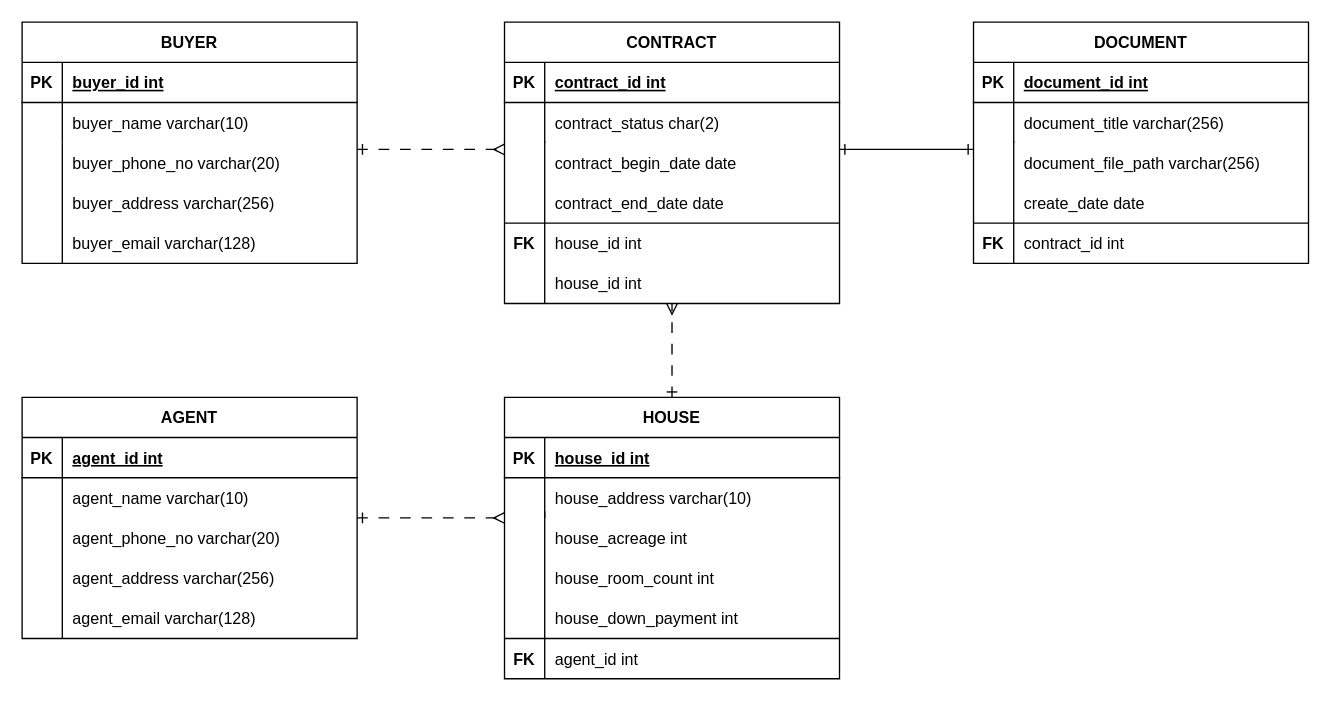
The draw.io diagram 제목 없는 다이어그램.drawio in lkis71/core, before the edit. Source tidied: cells renumbered, new cells numbered last; positions are measured from the earlier drawing's top-left corner, leaving out a move shared by most shapes. Both pictures are drawn from the tidied source at 134%, with x=0, y=0 at pixel (21, 21).
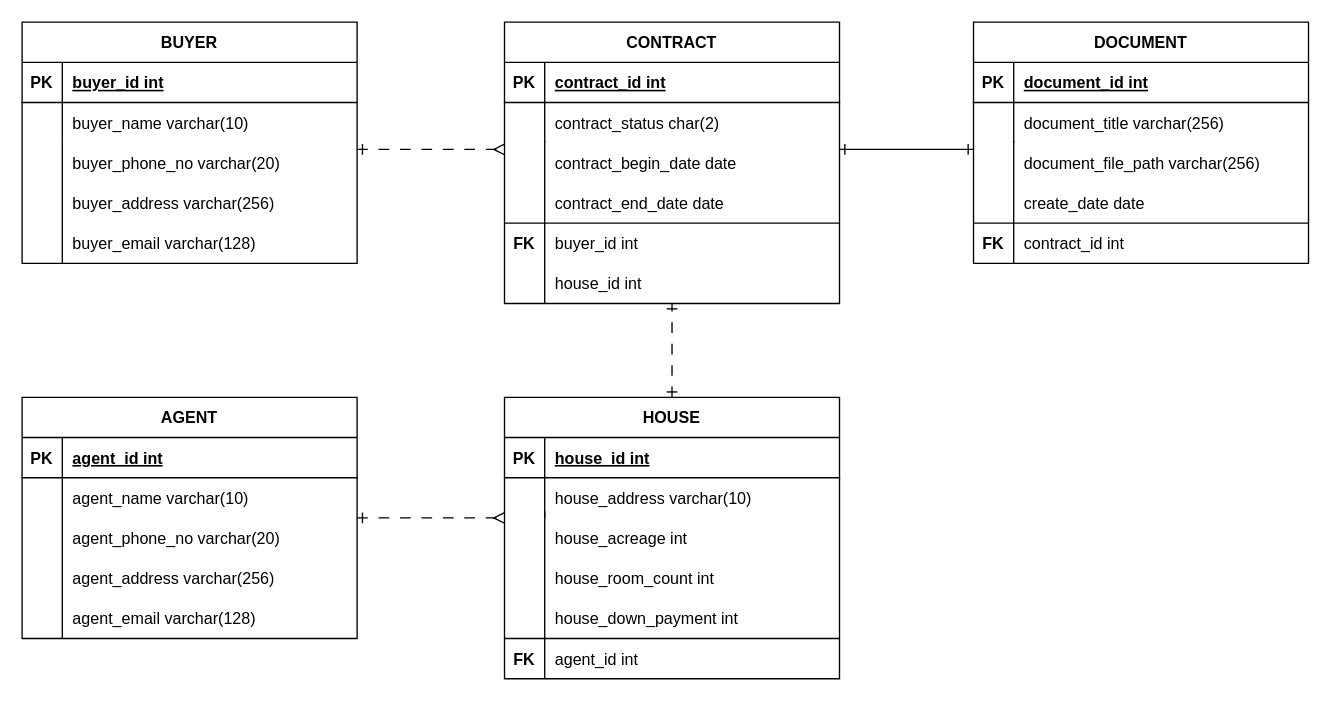
The same page after the edit.

Commit message:
집과 계약의 관계설정 변경

The change refers to these unchanged cells:
```xml
<mxCell id="13" value="CONTRACT" style="shape=table;startSize=30;childLayout=tableLayout;rowLines=0;fontStyle=1;align=center;" parent="1" vertex="1">
  <mxGeometry x="360" width="250" height="210" as="geometry" />
</mxCell>
<mxCell id="27" value="HOUSE" style="shape=table;startSize=30;childLayout=tableLayout;rowLines=0;fontStyle=1;align=center;" parent="1" vertex="1">
  <mxGeometry x="360" y="280" width="250" height="210" as="geometry" />
</mxCell>
```

Change to the diagram source:
```diff
@@
-    <mxCell id="42" style="endArrow=ERmany;html=1;rounded=0;endFill=0;entryX=0.5;entryY=1;entryDx=0;entryDy=0;startArrow=ERone;startFill=0;exitX=0.5;exitY=0;exitDx=0;exitDy=0;dashed=1;dashPattern=8 8;" parent="1" edge="1" source="27" target="13">
+    <mxCell id="42" style="endArrow=ERone;html=1;rounded=0;endFill=0;entryX=0.5;entryY=1;entryDx=0;entryDy=0;startArrow=ERone;startFill=0;exitX=0.5;exitY=0;exitDx=0;exitDy=0;dashed=1;dashPattern=8 8;" parent="1" edge="1" source="27" target="13">
       <mxGeometry relative="1" as="geometry" />
     </mxCell>
@@
-    <mxCell id="46" value="house_id int" style="shape=partialRectangle;overflow=hidden;fillColor=none;top=0;left=0;bottom=0;right=0;align=left;spacingLeft=6;" parent="1" vertex="1">
+    <mxCell id="46" value="buyer_id int" style="shape=partialRectangle;overflow=hidden;fillColor=none;top=0;left=0;bottom=0;right=0;align=left;spacingLeft=6;" parent="1" vertex="1">
       <mxGeometry x="390" y="150" width="220" height="30" as="geometry" />
     </mxCell>
```
